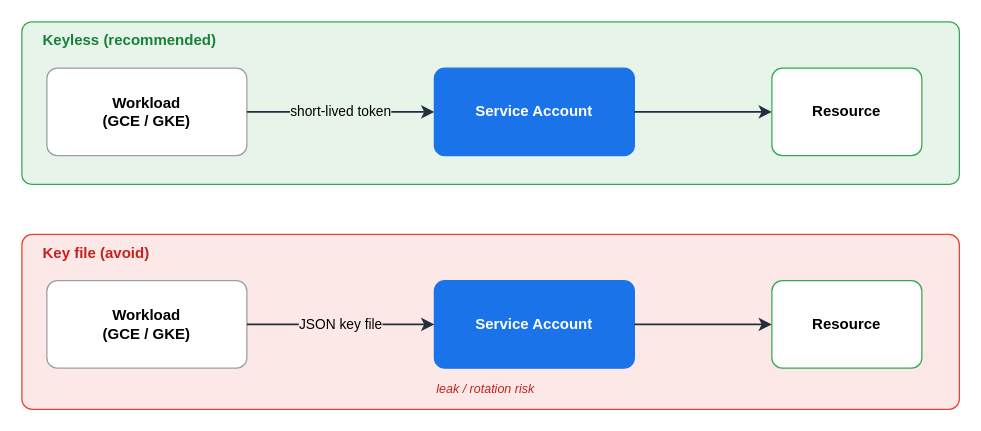
Earlier version of the draw.io diagram assets/img/gcp/gcp-sa-auth.drawio (KKamJi98/kkamji98.github.io). Source tidied: cells renumbered, new cells numbered last; positions are measured from the earlier drawing's top-left corner, leaving out a move shared by most shapes. Both pictures are drawn from the tidied source at 125%, with x=0, y=0 at pixel (21, 21).
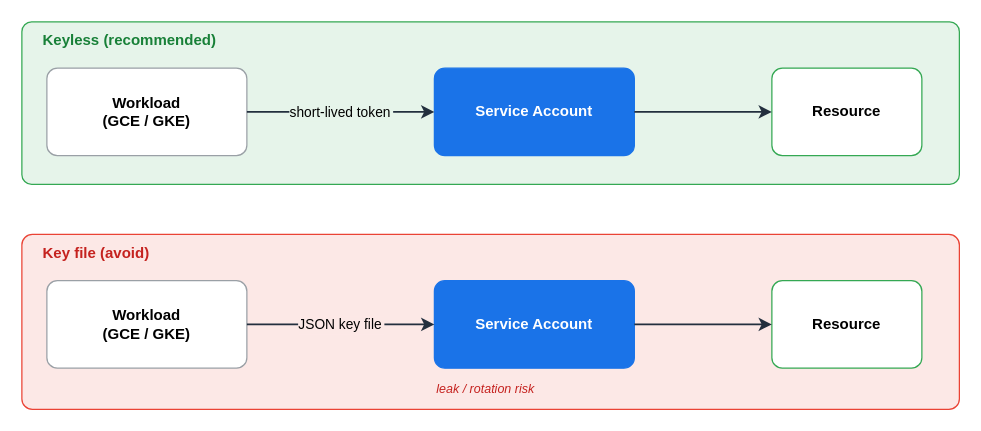
After the change.

Change to the diagram source:
```diff
@@
 <mxGraphModel background="#FFFFFF">
   <root>
     <mxCell id="0" />
     <mxCell id="1" parent="0" />
     <mxCell id="2" style="rounded=1;arcSize=6;whiteSpace=wrap;html=1;fillColor=#E6F4EA;strokeColor=#34A853;fontColor=#000000;" parent="1" vertex="1">
       <mxGeometry width="750" height="130" as="geometry" />
     </mxCell>
     <mxCell id="3" style="rounded=1;arcSize=6;whiteSpace=wrap;html=1;fillColor=#FCE8E6;strokeColor=#EA4335;fontColor=#000000;" parent="1" vertex="1">
       <mxGeometry y="170" width="750" height="140" as="geometry" />
     </mxCell>
     <mxCell id="4" value="Keyless (recommended)" style="text;html=1;align=left;verticalAlign=middle;fontColor=#188038;fontSize=12;fontStyle=1;" parent="1" vertex="1">
       <mxGeometry x="15" y="5" width="250" height="20" as="geometry" />
     </mxCell>
     <mxCell id="5" value="Workload&lt;br&gt;(GCE / GKE)" style="rounded=1;arcSize=12;whiteSpace=wrap;html=1;fillColor=#FFFFFF;strokeColor=#9AA0A6;fontColor=#000000;fontSize=12;fontStyle=1;verticalAlign=middle;align=center;" parent="1" vertex="1">
       <mxGeometry x="20" y="37" width="160" height="70" as="geometry" />
     </mxCell>
     <mxCell id="6" value="Service Account" style="rounded=1;arcSize=12;whiteSpace=wrap;html=1;fillColor=#1A73E8;strokeColor=#1A73E8;fontColor=#FFFFFF;fontSize=12;fontStyle=1;verticalAlign=middle;align=center;" parent="1" vertex="1">
       <mxGeometry x="330" y="37" width="160" height="70" as="geometry" />
     </mxCell>
     <mxCell id="7" value="Resource" style="rounded=1;arcSize=12;whiteSpace=wrap;html=1;fillColor=#FFFFFF;strokeColor=#34A853;fontColor=#000000;fontSize=12;fontStyle=1;verticalAlign=middle;align=center;" parent="1" vertex="1">
       <mxGeometry x="600" y="37" width="120" height="70" as="geometry" />
     </mxCell>
     <mxCell id="8" value="Key file (avoid)" style="text;html=1;align=left;verticalAlign=middle;fontColor=#C5221F;fontSize=12;fontStyle=1;" parent="1" vertex="1">
       <mxGeometry x="15" y="175" width="250" height="20" as="geometry" />
     </mxCell>
     <mxCell id="9" value="Workload&lt;br&gt;(GCE / GKE)" style="rounded=1;arcSize=12;whiteSpace=wrap;html=1;fillColor=#FFFFFF;strokeColor=#9AA0A6;fontColor=#000000;fontSize=12;fontStyle=1;verticalAlign=middle;align=center;" parent="1" vertex="1">
       <mxGeometry x="20" y="207" width="160" height="70" as="geometry" />
     </mxCell>
     <mxCell id="10" value="Service Account" style="rounded=1;arcSize=12;whiteSpace=wrap;html=1;fillColor=#1A73E8;strokeColor=#1A73E8;fontColor=#FFFFFF;fontSize=12;fontStyle=1;verticalAlign=middle;align=center;" parent="1" vertex="1">
       <mxGeometry x="330" y="207" width="160" height="70" as="geometry" />
     </mxCell>
     <mxCell id="11" value="Resource" style="rounded=1;arcSize=12;whiteSpace=wrap;html=1;fillColor=#FFFFFF;strokeColor=#34A853;fontColor=#000000;fontSize=12;fontStyle=1;verticalAlign=middle;align=center;" parent="1" vertex="1">
       <mxGeometry x="600" y="207" width="120" height="70" as="geometry" />
     </mxCell>
     <mxCell id="12" value="leak / rotation risk" style="text;html=1;align=left;verticalAlign=middle;fontColor=#C5221F;fontSize=10;fontStyle=2;" parent="1" vertex="1">
       <mxGeometry x="330" y="283" width="300" height="20" as="geometry" />
     </mxCell>
-    <mxCell id="13" value="short-lived token" style="edgeStyle=orthogonalEdgeStyle;html=1;rounded=0;strokeColor=#232F3E;strokeWidth=1.5;fontColor=#000000;labelBackgroundColor=#E6F4EA;endArrow=classic;exitX=1;exitY=0.5;exitDx=0;exitDy=0;entryX=0;entryY=0.5;entryDx=0;entryDy=0;" parent="1" edge="1" source="5" target="6">
+    <mxCell id="13" value="short-lived token" style="edgeStyle=orthogonalEdgeStyle;html=0;rounded=0;strokeColor=#232F3E;strokeWidth=1.5;fontColor=#000000;labelBackgroundColor=#E6F4EA;endArrow=classic;exitX=1;exitY=0.5;exitDx=0;exitDy=0;entryX=0;entryY=0.5;entryDx=0;entryDy=0;" parent="1" edge="1" source="5" target="6">
       <mxGeometry relative="1" as="geometry" />
     </mxCell>
     <mxCell id="14" style="edgeStyle=orthogonalEdgeStyle;html=1;rounded=0;strokeColor=#232F3E;strokeWidth=1.5;fontColor=#000000;endArrow=classic;exitX=1;exitY=0.5;exitDx=0;exitDy=0;entryX=0;entryY=0.5;entryDx=0;entryDy=0;" parent="1" edge="1" source="6" target="7">
       <mxGeometry relative="1" as="geometry" />
     </mxCell>
-    <mxCell id="15" value="JSON key file" style="edgeStyle=orthogonalEdgeStyle;html=1;rounded=0;strokeColor=#232F3E;strokeWidth=1.5;fontColor=#000000;labelBackgroundColor=#FCE8E6;endArrow=classic;exitX=1;exitY=0.5;exitDx=0;exitDy=0;entryX=0;entryY=0.5;entryDx=0;entryDy=0;" parent="1" edge="1" source="9" target="10">
+    <mxCell id="15" value="JSON key file" style="edgeStyle=orthogonalEdgeStyle;html=0;rounded=0;strokeColor=#232F3E;strokeWidth=1.5;fontColor=#000000;labelBackgroundColor=#FCE8E6;endArrow=classic;exitX=1;exitY=0.5;exitDx=0;exitDy=0;entryX=0;entryY=0.5;entryDx=0;entryDy=0;" parent="1" edge="1" source="9" target="10">
       <mxGeometry relative="1" as="geometry" />
     </mxCell>
     <mxCell id="16" style="edgeStyle=orthogonalEdgeStyle;html=1;rounded=0;strokeColor=#232F3E;strokeWidth=1.5;fontColor=#000000;endArrow=classic;exitX=1;exitY=0.5;exitDx=0;exitDy=0;entryX=0;entryY=0.5;entryDx=0;entryDy=0;" parent="1" edge="1" source="10" target="11">
       <mxGeometry relative="1" as="geometry" />
     </mxCell>
   </root>
 </mxGraphModel>
```
